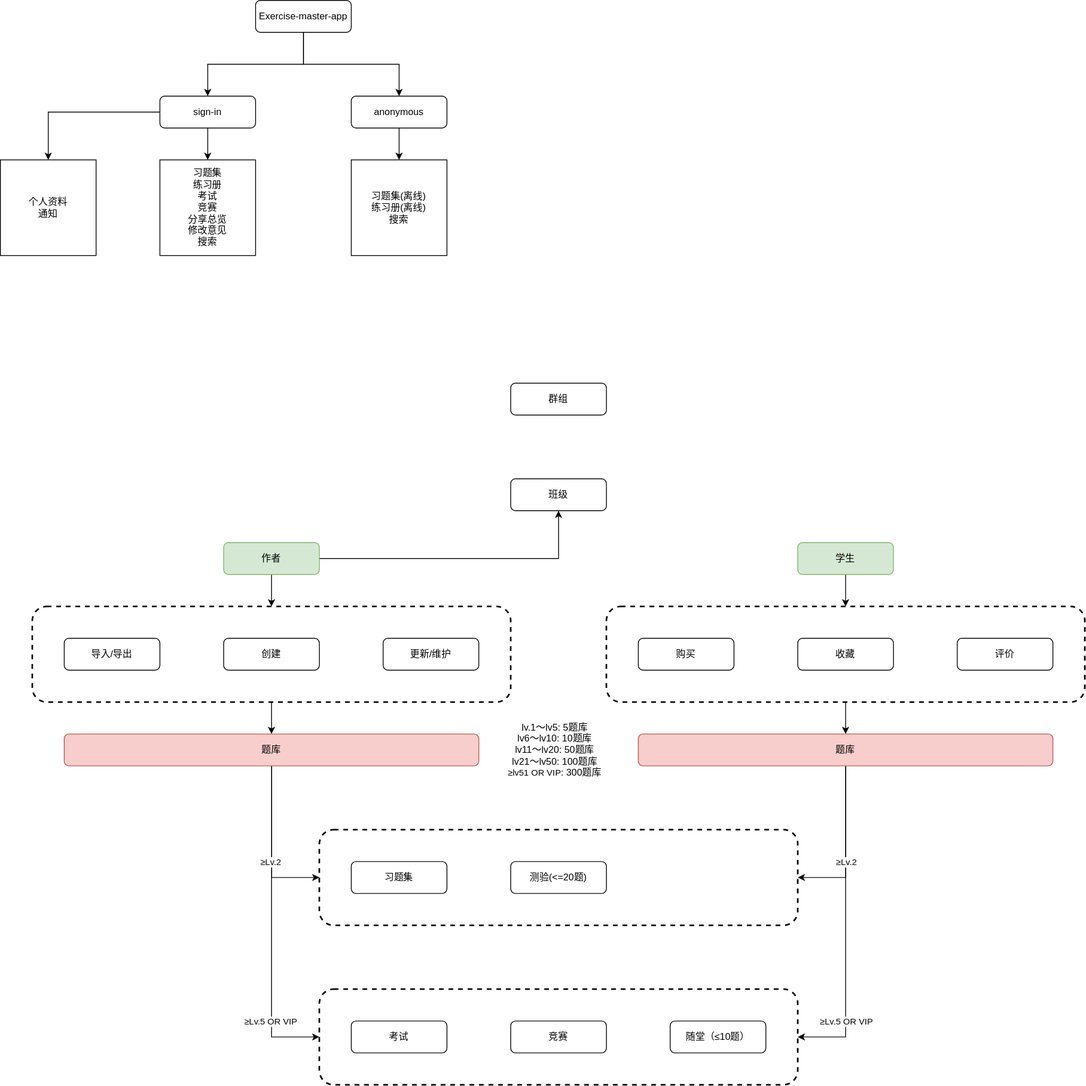
Earlier version of the draw.io export exercise-master-app.svg (gaorock530/brainstorm). Source tidied: cells renumbered, new cells last; positions are measured from the earlier drawing's top-left corner, leaving out a move shared by most shapes.
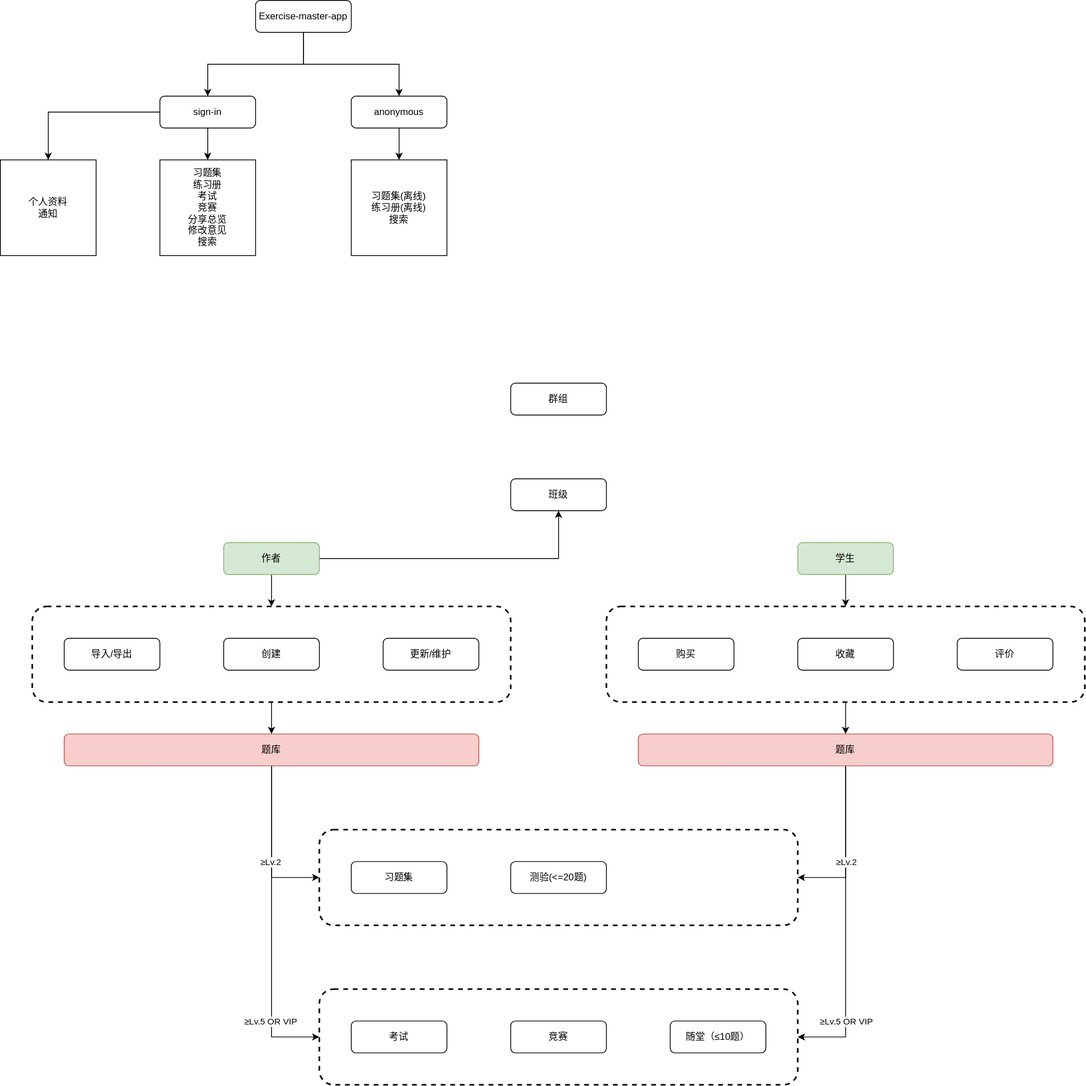
After the change.

The edit, as a diff of the source:
```diff
@@ -145,8 +145,5 @@
     <mxCell id="46" value="班级" style="rounded=1;whiteSpace=wrap;html=1;" parent="1" vertex="1">
       <mxGeometry x="640" y="600" width="120" height="40" as="geometry" />
     </mxCell>
-    <mxCell id="47" value="lv.1～lv5: 5题库&lt;br&gt;lv6～lv10: 10题库&lt;br&gt;lv11～lv20: 50题库&lt;br&gt;lv21～lv50: 100题库&lt;br&gt;&lt;span style=&quot;font-size: 11px; background-color: rgb(255, 255, 255);&quot;&gt;≥lv51 OR VIP&lt;/span&gt;: 300题库" style="text;html=1;align=center;verticalAlign=middle;strokeColor=none;fillColor=none;" parent="1" vertex="1">
-      <mxGeometry x="620" y="895" width="150" height="90" as="geometry" />
-    </mxCell>
   </root>
 </mxGraphModel>
```
